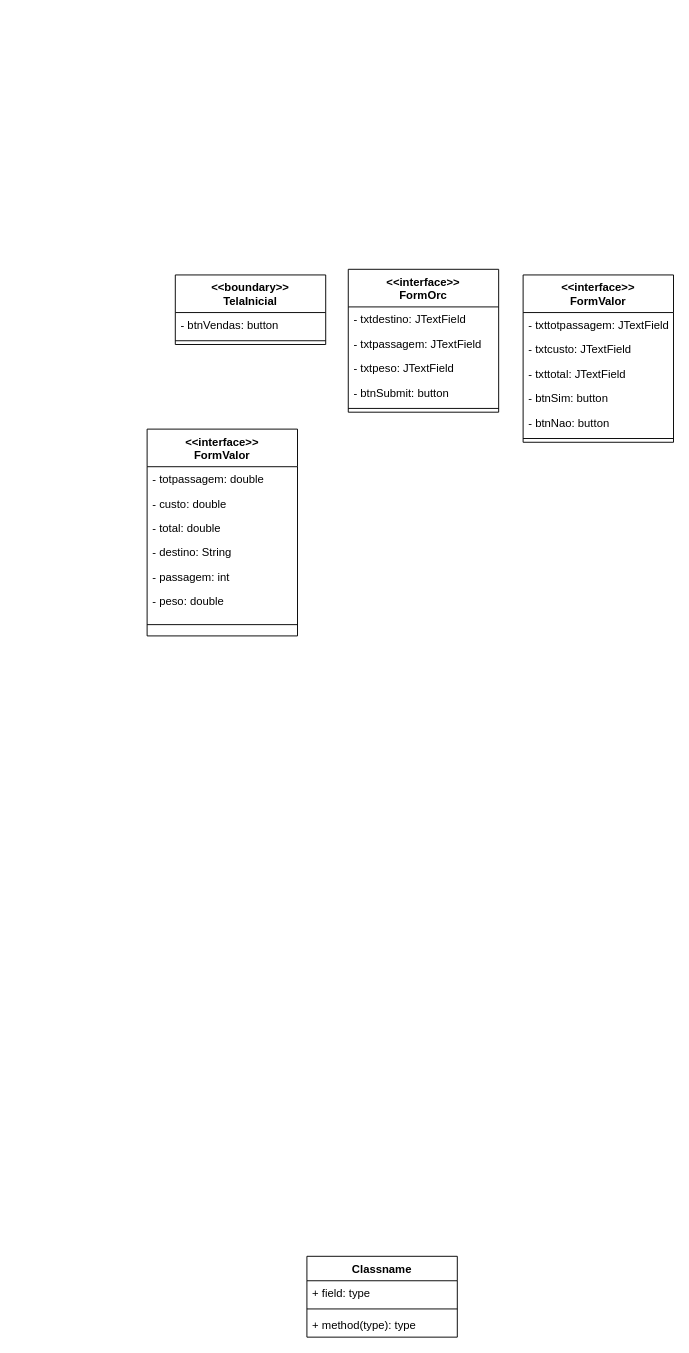
This is Loteria1/Diagrama sem nome.drawio from samambea/javaBasics, a draw.io file, before an edit. Source tidied: cells renumbered, new cells numbered last; positions are measured from the earlier drawing's top-left corner, leaving out a move shared by most shapes. Both pictures are drawn from the tidied source at 94%, with x=0, y=0 at pixel (147, 269).
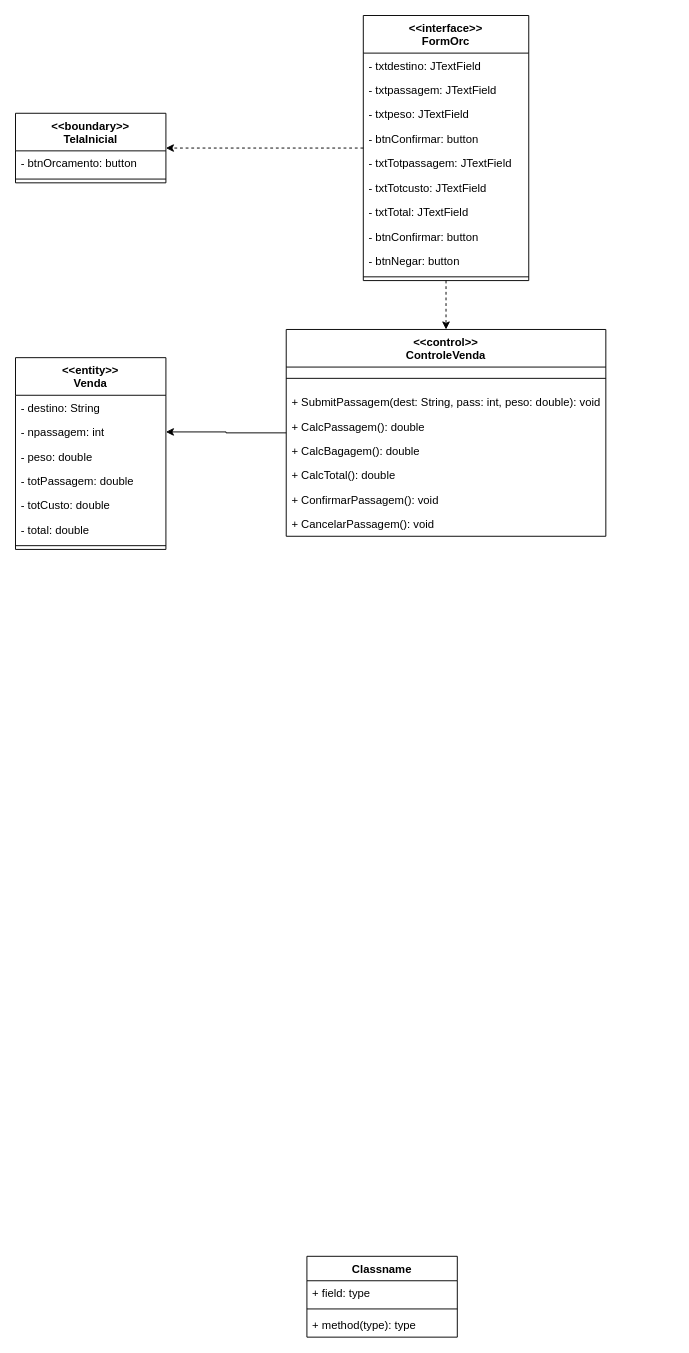
The same diagram, later.

Change to the diagram source:
```diff
@@
     <mxCell id="2" value="&lt;&lt;boundary&gt;&gt;&#10;TelaInicial&#10;" style="swimlane;fontStyle=1;align=center;verticalAlign=top;horizontal=1;startSize=40;" parent="1" vertex="1">
-      <mxGeometry x="30" y="6" width="160" height="74" as="geometry" />
+      <mxGeometry x="-140" y="-166" width="160" height="74" as="geometry" />
     </mxCell>
-    <mxCell id="3" value="- btnVendas: button" style="text;strokeColor=none;fillColor=none;align=left;verticalAlign=top;spacingLeft=4;spacingRight=4;overflow=hidden;" parent="2" vertex="1">
+    <mxCell id="3" value="- btnOrcamento: button" style="text;strokeColor=none;fillColor=none;align=left;verticalAlign=top;spacingLeft=4;spacingRight=4;overflow=hidden;" parent="2" vertex="1">
       <mxGeometry y="40" width="160" height="26" as="geometry" />
     </mxCell>
@@
+    <mxCell id="30" style="edgeStyle=orthogonalEdgeStyle;rounded=0;jettySize=auto;html=1;entryX=1;entryY=0.5;entryDx=0;entryDy=0;dashed=1;" parent="1" edge="1" source="9" target="2">
+      <mxGeometry relative="1" as="geometry" />
+    </mxCell>
+    <mxCell id="31" style="edgeStyle=orthogonalEdgeStyle;rounded=0;jettySize=auto;html=1;dashed=1;" parent="1" edge="1" source="9" target="22">
+      <mxGeometry relative="1" as="geometry" />
+    </mxCell>
     <mxCell id="9" value="&lt;&lt;interface&gt;&gt;&#10;FormOrc" style="swimlane;fontStyle=1;align=center;verticalAlign=top;horizontal=1;startSize=40;" parent="1" vertex="1">
-      <mxGeometry x="214" width="160" height="152" as="geometry" />
+      <mxGeometry x="230" y="-270" width="176" height="282" as="geometry" />
     </mxCell>
     <mxCell id="10" value="- txtdestino: JTextField" style="text;strokeColor=none;fillColor=none;align=left;verticalAlign=top;spacingLeft=4;spacingRight=4;overflow=hidden;" parent="9" vertex="1">
-      <mxGeometry y="40" width="160" height="26" as="geometry" />
+      <mxGeometry y="40" width="176" height="26" as="geometry" />
     </mxCell>
     <mxCell id="11" value="- txtpassagem: JTextField" style="text;strokeColor=none;fillColor=none;align=left;verticalAlign=top;spacingLeft=4;spacingRight=4;overflow=hidden;" parent="9" vertex="1">
-      <mxGeometry y="66" width="160" height="26" as="geometry" />
+      <mxGeometry y="66" width="176" height="26" as="geometry" />
     </mxCell>
     <mxCell id="12" value="- txtpeso: JTextField" style="text;strokeColor=none;fillColor=none;align=left;verticalAlign=top;spacingLeft=4;spacingRight=4;overflow=hidden;" parent="9" vertex="1">
-      <mxGeometry y="92" width="160" height="26" as="geometry" />
+      <mxGeometry y="92" width="176" height="26" as="geometry" />
     </mxCell>
-    <mxCell id="13" value="- btnSubmit: button" style="text;strokeColor=none;fillColor=none;align=left;verticalAlign=top;spacingLeft=4;spacingRight=4;overflow=hidden;" parent="9" vertex="1">
-      <mxGeometry y="118" width="160" height="26" as="geometry" />
+    <mxCell id="13" value="- btnConfirmar: button" style="text;strokeColor=none;fillColor=none;align=left;verticalAlign=top;spacingLeft=4;spacingRight=4;overflow=hidden;" parent="9" vertex="1">
+      <mxGeometry y="118" width="176" height="26" as="geometry" />
     </mxCell>
-    <mxCell id="14" style="line;strokeWidth=1;fillColor=none;align=left;verticalAlign=middle;spacingTop=-1;spacingLeft=3;spacingRight=3;labelPosition=right;strokeColor=inherit;" parent="9" vertex="1">
-      <mxGeometry y="144" width="160" height="8" as="geometry" />
-    </mxCell>
-    <mxCell id="15" value="&lt;&lt;interface&gt;&gt;&#10;FormValor" style="swimlane;fontStyle=1;align=center;verticalAlign=top;horizontal=1;startSize=40;" parent="1" vertex="1">
-      <mxGeometry x="400" y="6" width="160" height="178" as="geometry" />
-    </mxCell>
-    <mxCell id="16" value="- txttotpassagem: JTextField" style="text;strokeColor=none;fillColor=none;align=left;verticalAlign=top;spacingLeft=4;spacingRight=4;overflow=hidden;" parent="15" vertex="1">
-      <mxGeometry y="40" width="160" height="26" as="geometry" />
+    <mxCell id="16" value="- txtTotpassagem: JTextField" style="text;strokeColor=none;fillColor=none;align=left;verticalAlign=top;spacingLeft=4;spacingRight=4;overflow=hidden;" parent="9" vertex="1">
+      <mxGeometry y="144" width="176" height="26" as="geometry" />
     </mxCell>
-    <mxCell id="17" value="- txtcusto: JTextField" style="text;strokeColor=none;fillColor=none;align=left;verticalAlign=top;spacingLeft=4;spacingRight=4;overflow=hidden;" parent="15" vertex="1">
-      <mxGeometry y="66" width="160" height="26" as="geometry" />
+    <mxCell id="17" value="- txtTotcusto: JTextField" style="text;strokeColor=none;fillColor=none;align=left;verticalAlign=top;spacingLeft=4;spacingRight=4;overflow=hidden;" parent="9" vertex="1">
+      <mxGeometry y="170" width="176" height="26" as="geometry" />
     </mxCell>
-    <mxCell id="18" value="- txttotal: JTextField" style="text;strokeColor=none;fillColor=none;align=left;verticalAlign=top;spacingLeft=4;spacingRight=4;overflow=hidden;" parent="15" vertex="1">
-      <mxGeometry y="92" width="160" height="26" as="geometry" />
+    <mxCell id="18" value="- txtTotal: JTextField" style="text;strokeColor=none;fillColor=none;align=left;verticalAlign=top;spacingLeft=4;spacingRight=4;overflow=hidden;" parent="9" vertex="1">
+      <mxGeometry y="196" width="176" height="26" as="geometry" />
     </mxCell>
-    <mxCell id="19" value="- btnSim: button" style="text;strokeColor=none;fillColor=none;align=left;verticalAlign=top;spacingLeft=4;spacingRight=4;overflow=hidden;" parent="15" vertex="1">
-      <mxGeometry y="118" width="160" height="26" as="geometry" />
+    <mxCell id="19" value="- btnConfirmar: button" style="text;strokeColor=none;fillColor=none;align=left;verticalAlign=top;spacingLeft=4;spacingRight=4;overflow=hidden;" parent="9" vertex="1">
+      <mxGeometry y="222" width="176" height="26" as="geometry" />
     </mxCell>
-    <mxCell id="20" value="- btnNao: button" style="text;strokeColor=none;fillColor=none;align=left;verticalAlign=top;spacingLeft=4;spacingRight=4;overflow=hidden;" parent="15" vertex="1">
-      <mxGeometry y="144" width="160" height="26" as="geometry" />
+    <mxCell id="20" value="- btnNegar: button" style="text;strokeColor=none;fillColor=none;align=left;verticalAlign=top;spacingLeft=4;spacingRight=4;overflow=hidden;" parent="9" vertex="1">
+      <mxGeometry y="248" width="176" height="26" as="geometry" />
     </mxCell>
-    <mxCell id="21" style="line;strokeWidth=1;fillColor=none;align=left;verticalAlign=middle;spacingTop=-1;spacingLeft=3;spacingRight=3;labelPosition=right;strokeColor=inherit;" parent="15" vertex="1">
-      <mxGeometry y="170" width="160" height="8" as="geometry" />
-    </mxCell>
-    <mxCell id="22" value="&lt;&lt;interface&gt;&gt;&#10;FormValor" style="swimlane;fontStyle=1;align=center;verticalAlign=top;horizontal=1;startSize=40;" parent="1" vertex="1">
-      <mxGeometry y="170" width="160" height="220" as="geometry" />
-    </mxCell>
+    <mxCell id="14" style="line;strokeWidth=1;fillColor=none;align=left;verticalAlign=middle;spacingTop=-1;spacingLeft=3;spacingRight=3;labelPosition=right;strokeColor=inherit;" parent="9" vertex="1">
+      <mxGeometry y="274" width="176" height="8" as="geometry" />
+    </mxCell>
+    <mxCell id="15" value="&lt;&lt;entity&gt;&gt;&#10;Venda" style="swimlane;fontStyle=1;align=center;verticalAlign=top;horizontal=1;startSize=40;" parent="1" vertex="1">
+      <mxGeometry x="-140" y="94" width="160" height="204" as="geometry" />
+    </mxCell>
+    <mxCell id="26" value="- destino: String" style="text;strokeColor=none;fillColor=none;align=left;verticalAlign=top;spacingLeft=4;spacingRight=4;overflow=hidden;" parent="15" vertex="1">
+      <mxGeometry y="40" width="160" height="26" as="geometry" />
+    </mxCell>
+    <mxCell id="32" value="- npassagem: int" style="text;strokeColor=none;fillColor=none;align=left;verticalAlign=top;spacingLeft=4;spacingRight=4;overflow=hidden;points=[[0,0.5],[1,0.5]];portConstraint=eastwest;" parent="15" vertex="1">
+      <mxGeometry y="66" width="160" height="26" as="geometry" />
+    </mxCell>
+    <mxCell id="33" value="- peso: double" style="text;strokeColor=none;fillColor=none;align=left;verticalAlign=top;spacingLeft=4;spacingRight=4;overflow=hidden;" parent="15" vertex="1">
+      <mxGeometry y="92" width="160" height="26" as="geometry" />
+    </mxCell>
-    <mxCell id="23" value="- totpassagem: double" style="text;strokeColor=none;fillColor=none;align=left;verticalAlign=top;spacingLeft=4;spacingRight=4;overflow=hidden;" parent="22" vertex="1">
-      <mxGeometry y="40" width="160" height="26" as="geometry" />
+    <mxCell id="23" value="- totPassagem: double" style="text;strokeColor=none;fillColor=none;align=left;verticalAlign=top;spacingLeft=4;spacingRight=4;overflow=hidden;" parent="15" vertex="1">
+      <mxGeometry y="118" width="160" height="26" as="geometry" />
     </mxCell>
-    <mxCell id="24" value="- custo: double" style="text;strokeColor=none;fillColor=none;align=left;verticalAlign=top;spacingLeft=4;spacingRight=4;overflow=hidden;" parent="22" vertex="1">
-      <mxGeometry y="66" width="160" height="26" as="geometry" />
+    <mxCell id="24" value="- totCusto: double" style="text;strokeColor=none;fillColor=none;align=left;verticalAlign=top;spacingLeft=4;spacingRight=4;overflow=hidden;" parent="15" vertex="1">
+      <mxGeometry y="144" width="160" height="26" as="geometry" />
     </mxCell>
-    <mxCell id="25" value="- total: double" style="text;strokeColor=none;fillColor=none;align=left;verticalAlign=top;spacingLeft=4;spacingRight=4;overflow=hidden;" parent="22" vertex="1">
-      <mxGeometry y="92" width="160" height="26" as="geometry" />
+    <mxCell id="25" value="- total: double" style="text;strokeColor=none;fillColor=none;align=left;verticalAlign=top;spacingLeft=4;spacingRight=4;overflow=hidden;" parent="15" vertex="1">
+      <mxGeometry y="170" width="160" height="26" as="geometry" />
     </mxCell>
-    <mxCell id="26" value="- destino: String" style="text;strokeColor=none;fillColor=none;align=left;verticalAlign=top;spacingLeft=4;spacingRight=4;overflow=hidden;" parent="22" vertex="1">
-      <mxGeometry y="118" width="160" height="26" as="geometry" />
-    </mxCell>
-    <mxCell id="27" value="- passagem: int" style="text;strokeColor=none;fillColor=none;align=left;verticalAlign=top;spacingLeft=4;spacingRight=4;overflow=hidden;" parent="22" vertex="1">
-      <mxGeometry y="144" width="160" height="26" as="geometry" />
-    </mxCell>
+    <mxCell id="21" style="line;strokeWidth=1;fillColor=none;align=left;verticalAlign=middle;spacingTop=-1;spacingLeft=3;spacingRight=3;labelPosition=right;strokeColor=inherit;" parent="15" vertex="1">
+      <mxGeometry y="196" width="160" height="8" as="geometry" />
+    </mxCell>
+    <mxCell id="34" style="edgeStyle=orthogonalEdgeStyle;rounded=0;jettySize=auto;html=1;entryX=1;entryY=0.5;entryDx=0;entryDy=0;" parent="1" edge="1" source="22" target="32">
+      <mxGeometry relative="1" as="geometry" />
+    </mxCell>
+    <mxCell id="22" value="&lt;&lt;control&gt;&gt;&#10;ControleVenda" style="swimlane;fontStyle=1;align=center;verticalAlign=top;horizontal=1;startSize=40;" parent="1" vertex="1">
+      <mxGeometry x="148" y="64" width="340" height="220" as="geometry" />
+    </mxCell>
+    <mxCell id="29" style="line;strokeWidth=1;fillColor=none;align=left;verticalAlign=middle;spacingTop=-1;spacingLeft=3;spacingRight=3;labelPosition=right;strokeColor=inherit;" parent="22" vertex="1">
+      <mxGeometry y="40" width="340" height="24" as="geometry" />
+    </mxCell>
+    <mxCell id="35" value="+ SubmitPassagem(dest: String, pass: int, peso: double): void" style="text;strokeColor=none;fillColor=none;align=left;verticalAlign=top;spacingLeft=4;spacingRight=4;overflow=hidden;" parent="22" vertex="1">
+      <mxGeometry y="64" width="340" height="26" as="geometry" />
+    </mxCell>
-    <mxCell id="28" value="- peso: double" style="text;strokeColor=none;fillColor=none;align=left;verticalAlign=top;spacingLeft=4;spacingRight=4;overflow=hidden;" parent="22" vertex="1">
-      <mxGeometry y="170" width="160" height="26" as="geometry" />
+    <mxCell id="28" value="+ CalcPassagem(): double" style="text;strokeColor=none;fillColor=none;align=left;verticalAlign=top;spacingLeft=4;spacingRight=4;overflow=hidden;" parent="22" vertex="1">
+      <mxGeometry y="90" width="340" height="26" as="geometry" />
     </mxCell>
-    <mxCell id="29" style="line;strokeWidth=1;fillColor=none;align=left;verticalAlign=middle;spacingTop=-1;spacingLeft=3;spacingRight=3;labelPosition=right;strokeColor=inherit;" parent="22" vertex="1">
-      <mxGeometry y="196" width="160" height="24" as="geometry" />
-    </mxCell>
+    <mxCell id="36" value="+ CalcBagagem(): double" style="text;strokeColor=none;fillColor=none;align=left;verticalAlign=top;spacingLeft=4;spacingRight=4;overflow=hidden;" parent="22" vertex="1">
+      <mxGeometry y="116" width="340" height="26" as="geometry" />
+    </mxCell>
+    <mxCell id="37" value="+ CalcTotal(): double" style="text;strokeColor=none;fillColor=none;align=left;verticalAlign=top;spacingLeft=4;spacingRight=4;overflow=hidden;" parent="22" vertex="1">
+      <mxGeometry y="142" width="340" height="26" as="geometry" />
+    </mxCell>
+    <mxCell id="38" value="+ ConfirmarPassagem(): void" style="text;strokeColor=none;fillColor=none;align=left;verticalAlign=top;spacingLeft=4;spacingRight=4;overflow=hidden;" parent="22" vertex="1">
+      <mxGeometry y="168" width="340" height="26" as="geometry" />
+    </mxCell>
+    <mxCell id="39" value="+ CancelarPassagem(): void" style="text;strokeColor=none;fillColor=none;align=left;verticalAlign=top;spacingLeft=4;spacingRight=4;overflow=hidden;" parent="22" vertex="1">
+      <mxGeometry y="194" width="340" height="26" as="geometry" />
+    </mxCell>
```
